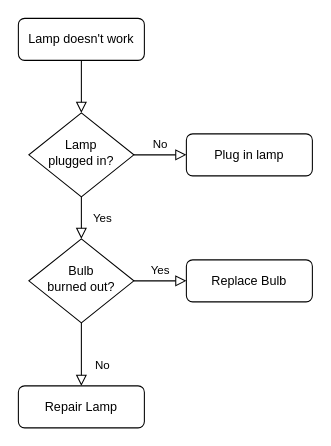
The draw.io diagram Untitled Diagram.drawio in sknsecdeveloper/Core_Java, before the edit. Source tidied: cells renumbered, new cells numbered last; positions are measured from the earlier drawing's top-left corner, leaving out a move shared by most shapes. Both pictures are drawn from the tidied source at 105%, with x=0, y=0 at pixel (18, 18).
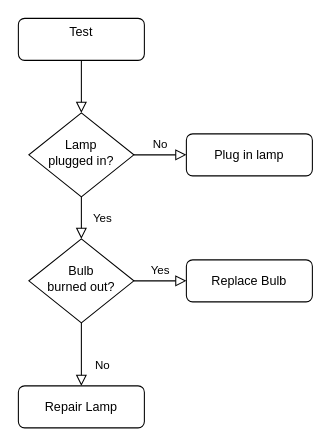
The same page after the edit.

What changed in the source:
```diff
@@
 <mxGraphModel>
   <root>
     <mxCell id="0" />
     <mxCell id="1" parent="0" />
     <mxCell id="2" style="rounded=0;html=1;jettySize=auto;fontSize=11;endArrow=block;endFill=0;endSize=8;strokeWidth=1;shadow=0;labelBackgroundColor=none;edgeStyle=orthogonalEdgeStyle;" parent="1" edge="1" source="3" target="6">
       <mxGeometry relative="1" as="geometry" />
     </mxCell>
-    <mxCell id="3" value="Lamp doesn't work" style="rounded=1;whiteSpace=wrap;html=1;fontSize=12;glass=0;strokeWidth=1;shadow=0;" parent="1" vertex="1">
+    <mxCell id="3" value="Test&lt;div&gt;&lt;br/&gt;&lt;/div&gt;" style="rounded=1;whiteSpace=wrap;html=1;fontSize=12;glass=0;strokeWidth=1;shadow=0;" parent="1" vertex="1">
       <mxGeometry width="120" height="40" as="geometry" />
     </mxCell>
     <mxCell id="4" value="Yes" style="rounded=0;html=1;jettySize=auto;fontSize=11;endArrow=block;endFill=0;endSize=8;strokeWidth=1;shadow=0;labelBackgroundColor=none;edgeStyle=orthogonalEdgeStyle;" parent="1" edge="1" source="6" target="10">
       <mxGeometry y="20" relative="1" as="geometry" />
     </mxCell>
     <mxCell id="5" value="No" style="edgeStyle=orthogonalEdgeStyle;rounded=0;html=1;jettySize=auto;fontSize=11;endArrow=block;endFill=0;endSize=8;strokeWidth=1;shadow=0;labelBackgroundColor=none;" parent="1" edge="1" source="6" target="7">
       <mxGeometry y="10" relative="1" as="geometry" />
     </mxCell>
     <mxCell id="6" value="Lamp&lt;br&gt;plugged in?" style="rhombus;whiteSpace=wrap;html=1;shadow=0;fontFamily=Helvetica;fontSize=12;align=center;strokeWidth=1;spacing=6;spacingTop=-4;" parent="1" vertex="1">
       <mxGeometry x="10" y="90" width="100" height="80" as="geometry" />
     </mxCell>
     <mxCell id="7" value="Plug in lamp" style="rounded=1;whiteSpace=wrap;html=1;fontSize=12;glass=0;strokeWidth=1;shadow=0;" parent="1" vertex="1">
       <mxGeometry x="160" y="110" width="120" height="40" as="geometry" />
     </mxCell>
     <mxCell id="8" value="No" style="rounded=0;html=1;jettySize=auto;fontSize=11;endArrow=block;endFill=0;endSize=8;strokeWidth=1;shadow=0;labelBackgroundColor=none;edgeStyle=orthogonalEdgeStyle;" parent="1" edge="1" source="10" target="11">
       <mxGeometry x="0.33" y="20" relative="1" as="geometry" />
     </mxCell>
     <mxCell id="9" value="Yes" style="edgeStyle=orthogonalEdgeStyle;rounded=0;html=1;jettySize=auto;fontSize=11;endArrow=block;endFill=0;endSize=8;strokeWidth=1;shadow=0;labelBackgroundColor=none;" parent="1" edge="1" source="10" target="12">
       <mxGeometry y="10" relative="1" as="geometry" />
     </mxCell>
     <mxCell id="10" value="Bulb&lt;br&gt;burned out?" style="rhombus;whiteSpace=wrap;html=1;shadow=0;fontFamily=Helvetica;fontSize=12;align=center;strokeWidth=1;spacing=6;spacingTop=-4;" parent="1" vertex="1">
       <mxGeometry x="10" y="210" width="100" height="80" as="geometry" />
     </mxCell>
     <mxCell id="11" value="Repair Lamp" style="rounded=1;whiteSpace=wrap;html=1;fontSize=12;glass=0;strokeWidth=1;shadow=0;" parent="1" vertex="1">
       <mxGeometry y="350" width="120" height="40" as="geometry" />
     </mxCell>
     <mxCell id="12" value="Replace Bulb" style="rounded=1;whiteSpace=wrap;html=1;fontSize=12;glass=0;strokeWidth=1;shadow=0;" parent="1" vertex="1">
       <mxGeometry x="160" y="230" width="120" height="40" as="geometry" />
     </mxCell>
   </root>
 </mxGraphModel>
```
